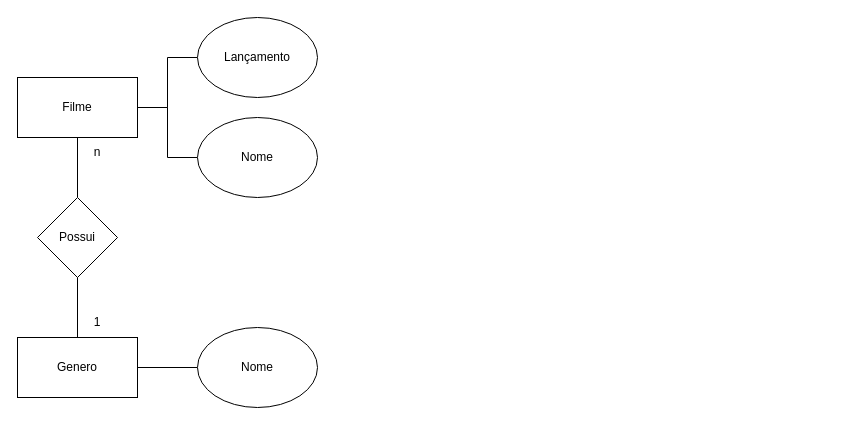
Before: page "Página-1" (1 of 7) of sprint-Banco-De-Dados/Exercicio 1.0-1.6/Exercicios 1.0-1.6.drawio in FernandinnnQ145/Segundo-Semestre-Senai, a draw.io diagram. Source tidied: cells renumbered, new cells numbered last; positions are measured from the earlier drawing's top-left corner, leaving out a move shared by most shapes. Both pictures are drawn from the tidied source at 100%, with x=0, y=0 at pixel (17, 17).
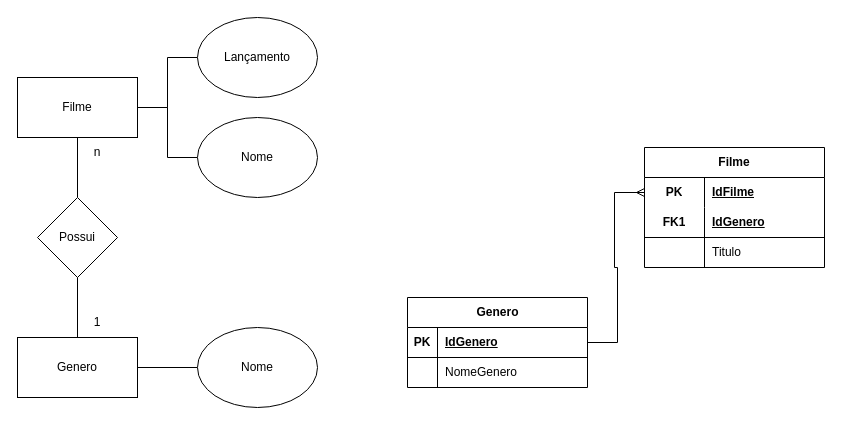
After the change.

Diff of the diagram source:
```diff
@@
+    <mxCell id="15" value="Genero" style="shape=table;startSize=30;childLayout=tableLayout;rowLines=0;fontStyle=1;align=center;html=1;" parent="1" vertex="1">
+      <mxGeometry x="390" y="280" width="180" height="90" as="geometry" />
+    </mxCell>
+    <mxCell id="16" style="shape=tableRow;horizontal=0;startSize=0;swimlaneHead=0;swimlaneBody=0;fillColor=none;points=[[0,0.5],[1,0.5]];portConstraint=eastwest;top=0;left=0;right=0;bottom=1;" parent="15" vertex="1">
+      <mxGeometry y="30" width="180" height="30" as="geometry" />
+    </mxCell>
+    <mxCell id="17" value="PK" style="shape=partialRectangle;fillColor=none;top=0;left=0;bottom=0;right=0;fontStyle=1;overflow=hidden;whiteSpace=wrap;html=1;" parent="16" vertex="1">
+      <mxGeometry width="30" height="30" as="geometry" />
+    </mxCell>
+    <mxCell id="18" value="IdGenero" style="shape=partialRectangle;fillColor=none;top=0;left=0;bottom=0;right=0;align=left;spacingLeft=6;fontStyle=5;overflow=hidden;whiteSpace=wrap;html=1;" parent="16" vertex="1">
+      <mxGeometry x="30" width="150" height="30" as="geometry" />
+    </mxCell>
+    <mxCell id="19" style="shape=tableRow;horizontal=0;startSize=0;swimlaneHead=0;swimlaneBody=0;fillColor=none;top=0;left=0;right=0;bottom=0;" parent="15" vertex="1">
+      <mxGeometry y="60" width="180" height="30" as="geometry" />
+    </mxCell>
+    <mxCell id="20" style="shape=partialRectangle;fillColor=none;top=0;left=0;bottom=0;right=0;overflow=hidden;whiteSpace=wrap;html=1;" parent="19" vertex="1">
+      <mxGeometry width="30" height="30" as="geometry" />
+    </mxCell>
+    <mxCell id="21" value="NomeGenero" style="shape=partialRectangle;fillColor=none;top=0;left=0;bottom=0;right=0;align=left;spacingLeft=6;overflow=hidden;whiteSpace=wrap;html=1;" parent="19" vertex="1">
+      <mxGeometry x="30" width="150" height="30" as="geometry" />
+    </mxCell>
+    <mxCell id="22" value="Filme" style="shape=table;startSize=30;childLayout=tableLayout;rowLines=0;fontStyle=1;align=center;html=1;whiteSpace=wrap;" parent="1" vertex="1">
+      <mxGeometry x="627" y="130" width="180" height="120" as="geometry" />
+    </mxCell>
+    <mxCell id="23" style="shape=tableRow;horizontal=0;startSize=0;swimlaneHead=0;swimlaneBody=0;fillColor=none;points=[[0,0.5],[1,0.5]];portConstraint=eastwest;top=0;left=0;right=0;bottom=0;html=1;" parent="22" vertex="1">
+      <mxGeometry y="30" width="180" height="30" as="geometry" />
+    </mxCell>
+    <mxCell id="24" value="PK" style="shape=partialRectangle;fillColor=none;top=0;left=0;bottom=0;right=0;fontStyle=1;overflow=hidden;html=1;whiteSpace=wrap;" parent="23" vertex="1">
+      <mxGeometry width="60" height="30" as="geometry" />
+    </mxCell>
+    <mxCell id="25" value="IdFilme" style="shape=partialRectangle;fillColor=none;top=0;left=0;bottom=0;right=0;align=left;spacingLeft=6;fontStyle=5;overflow=hidden;html=1;whiteSpace=wrap;" parent="23" vertex="1">
+      <mxGeometry x="60" width="120" height="30" as="geometry" />
+    </mxCell>
+    <mxCell id="26" style="shape=tableRow;horizontal=0;startSize=0;swimlaneHead=0;swimlaneBody=0;fillColor=none;top=0;left=0;right=0;bottom=1;html=1;" parent="22" vertex="1">
+      <mxGeometry y="60" width="180" height="30" as="geometry" />
+    </mxCell>
+    <mxCell id="27" value="FK1" style="shape=partialRectangle;fillColor=none;top=0;left=0;bottom=0;right=0;fontStyle=1;overflow=hidden;html=1;whiteSpace=wrap;" parent="26" vertex="1">
+      <mxGeometry width="60" height="30" as="geometry" />
+    </mxCell>
+    <mxCell id="28" value="IdGenero" style="shape=partialRectangle;fillColor=none;top=0;left=0;bottom=0;right=0;align=left;spacingLeft=6;fontStyle=5;overflow=hidden;html=1;whiteSpace=wrap;" parent="26" vertex="1">
+      <mxGeometry x="60" width="120" height="30" as="geometry" />
+    </mxCell>
+    <mxCell id="29" style="shape=tableRow;horizontal=0;startSize=0;swimlaneHead=0;swimlaneBody=0;fillColor=none;top=0;left=0;right=0;bottom=0;html=1;" parent="22" vertex="1">
+      <mxGeometry y="90" width="180" height="30" as="geometry" />
+    </mxCell>
+    <mxCell id="30" style="shape=partialRectangle;fillColor=none;top=0;left=0;bottom=0;right=0;overflow=hidden;html=1;whiteSpace=wrap;" parent="29" vertex="1">
+      <mxGeometry width="60" height="30" as="geometry" />
+    </mxCell>
+    <mxCell id="31" value="Titulo" style="shape=partialRectangle;fillColor=none;top=0;left=0;bottom=0;right=0;align=left;spacingLeft=6;overflow=hidden;html=1;whiteSpace=wrap;" parent="29" vertex="1">
+      <mxGeometry x="60" width="120" height="30" as="geometry" />
+    </mxCell>
+    <mxCell id="32" style="edgeStyle=entityRelationEdgeStyle;fontSize=12;html=1;endArrow=ERmany;rounded=0;entryX=0;entryY=0.5;entryDx=0;entryDy=0;exitX=1;exitY=0.5;exitDx=0;exitDy=0;" parent="1" edge="1" source="16" target="23">
+      <mxGeometry relative="1" as="geometry" />
+    </mxCell>
```
